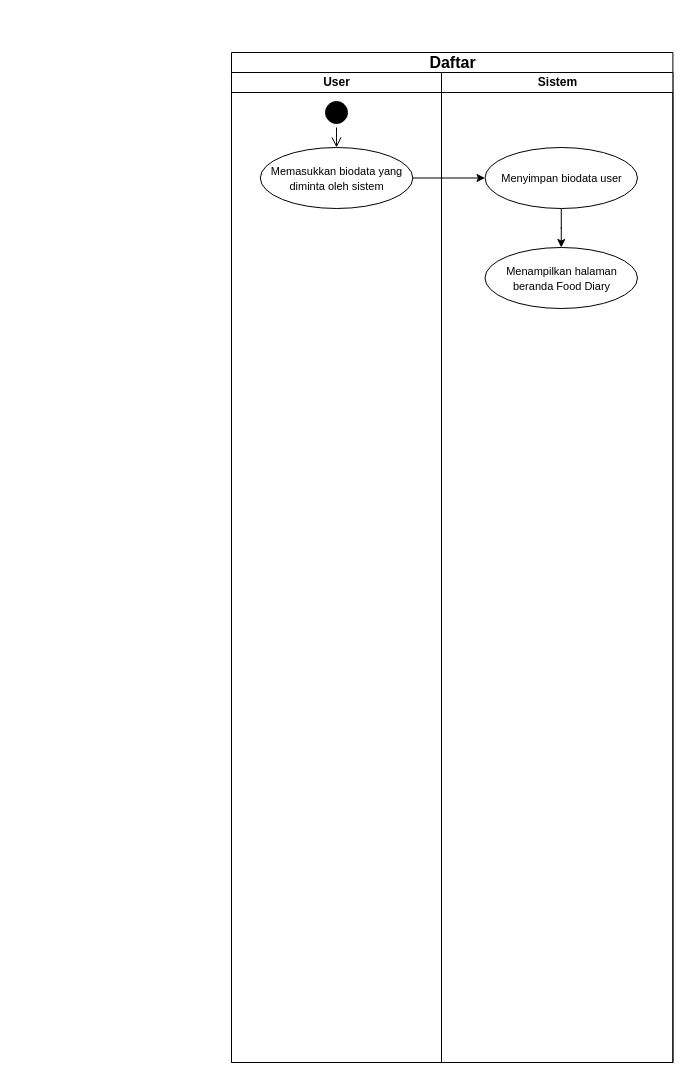
Above: page "AD_Daftar" (2 of 2) of Usecase Diagram, Activity Diagram, dan Class Diagram.drawio in j3c118131/RPL (draw.io), before the change. Source tidied: cells renumbered, new cells numbered last; positions are measured from the earlier drawing's top-left corner, leaving out a move shared by most shapes. Both pictures are drawn from the tidied source at 100%, with x=0, y=0 at pixel (231, 52).
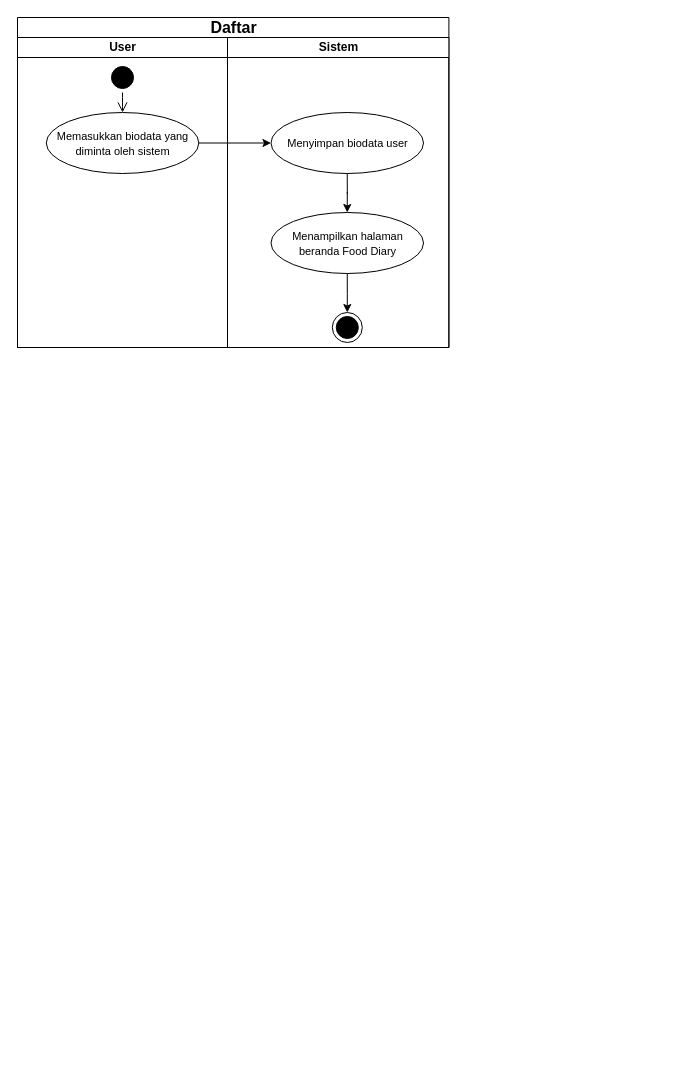
The same diagram, later.

Change to the diagram source:
```diff
@@
 <mxGraphModel>
   <root>
     <mxCell id="0" />
     <mxCell id="1" parent="0" />
+    <mxCell id="12" style="group;" parent="1" vertex="1">
+      <mxGeometry x="-214" y="-35" width="451.4" height="380" as="geometry" />
+    </mxCell>
-    <mxCell id="2" value="Daftar" style="swimlane;html=1;startSize=20;fontSize=16;" parent="1" vertex="1">
-      <mxGeometry width="441.4" height="1010" as="geometry" />
+    <mxCell id="2" value="Daftar" style="swimlane;html=1;startSize=20;fontSize=16;" parent="12" vertex="1">
+      <mxGeometry width="431.4" height="330" as="geometry" />
     </mxCell>
     <mxCell id="3" value="User" style="swimlane;html=1;startSize=20;" parent="2" vertex="1">
-      <mxGeometry y="20" width="210" height="990" as="geometry" />
+      <mxGeometry y="20" width="210" height="310" as="geometry" />
     </mxCell>
     <mxCell id="4" value="&lt;font style=&quot;font-size: 11px&quot;&gt;Memasukkan biodata yang diminta oleh sistem&lt;/font&gt;" style="ellipse;whiteSpace=wrap;html=1;align=center;strokeColor=#000000;fillColor=#FFFFFF;" parent="3" vertex="1">
       <mxGeometry x="28.8" y="75" width="152.5" height="61" as="geometry" />
     </mxCell>
     <mxCell id="5" style="edgeStyle=orthogonalEdgeStyle;html=1;verticalAlign=bottom;endArrow=open;endSize=8;entryX=0.5;entryY=0;entryDx=0;entryDy=0;" parent="3" edge="1" source="6" target="4">
       <mxGeometry relative="1" as="geometry" />
     </mxCell>
     <mxCell id="6" style="ellipse;html=1;shape=startState;fillColor=#000000;" parent="3" vertex="1">
       <mxGeometry x="90" y="25" width="30" height="30" as="geometry" />
     </mxCell>
     <mxCell id="7" value="Sistem" style="swimlane;html=1;startSize=20;" parent="2" vertex="1">
-      <mxGeometry x="210" y="20" width="231.4" height="990" as="geometry" />
+      <mxGeometry x="210" y="20" width="221.4" height="310" as="geometry" />
     </mxCell>
+    <mxCell id="13" style="edgeStyle=orthogonalEdgeStyle;rounded=0;jettySize=auto;html=1;entryX=0.5;entryY=0;entryDx=0;entryDy=0;strokeColor=#000000;" parent="7" edge="1" source="8" target="14">
+      <mxGeometry relative="1" as="geometry" />
+    </mxCell>
     <mxCell id="8" value="&lt;span style=&quot;font-size: 11px&quot;&gt;Menampilkan halaman beranda Food Diary&lt;/span&gt;" style="ellipse;whiteSpace=wrap;html=1;align=center;strokeColor=#000000;fillColor=#FFFFFF;" parent="7" vertex="1">
       <mxGeometry x="43.5" y="175" width="152.5" height="61" as="geometry" />
     </mxCell>
     <mxCell id="9" style="edgeStyle=orthogonalEdgeStyle;rounded=0;jettySize=auto;html=1;strokeColor=#000000;" parent="7" edge="1" source="10" target="8">
       <mxGeometry relative="1" as="geometry" />
     </mxCell>
     <mxCell id="10" value="&lt;span style=&quot;font-size: 11px&quot;&gt;Menyimpan biodata user&lt;/span&gt;" style="ellipse;whiteSpace=wrap;html=1;align=center;strokeColor=#000000;fillColor=#FFFFFF;" parent="7" vertex="1">
       <mxGeometry x="43.5" y="75" width="152.5" height="61" as="geometry" />
     </mxCell>
+    <mxCell id="14" style="ellipse;html=1;shape=endState;fillColor=#000000;" parent="7" vertex="1">
+      <mxGeometry x="104.8" y="275" width="30" height="30" as="geometry" />
+    </mxCell>
     <mxCell id="11" style="edgeStyle=orthogonalEdgeStyle;rounded=0;jettySize=auto;html=1;entryX=0;entryY=0.5;entryDx=0;entryDy=0;strokeColor=#000000;" parent="2" edge="1" source="4" target="10">
       <mxGeometry relative="1" as="geometry" />
     </mxCell>
   </root>
 </mxGraphModel>
```
